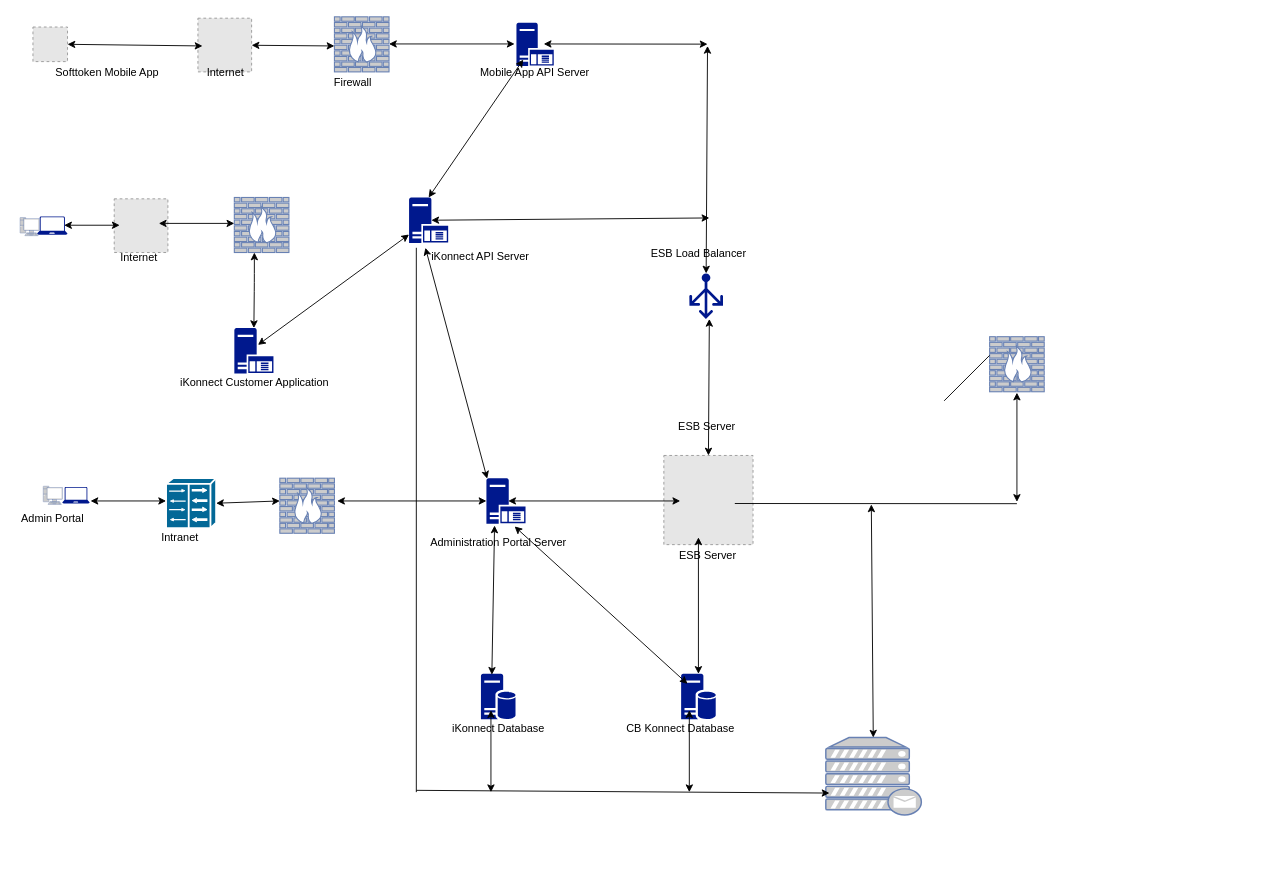
This is iKonnect SAD.drawio from embula/org-mydiagrams, a draw.io file, before an edit. Source tidied: cells renumbered, new cells numbered last; positions are measured from the earlier drawing's top-left corner, leaving out a move shared by most shapes. Both pictures are drawn from the tidied source at 91%, with x=0, y=0 at pixel (15, 16). Pictures stored in the file or linked from it are replaced by grey dashed boxes.
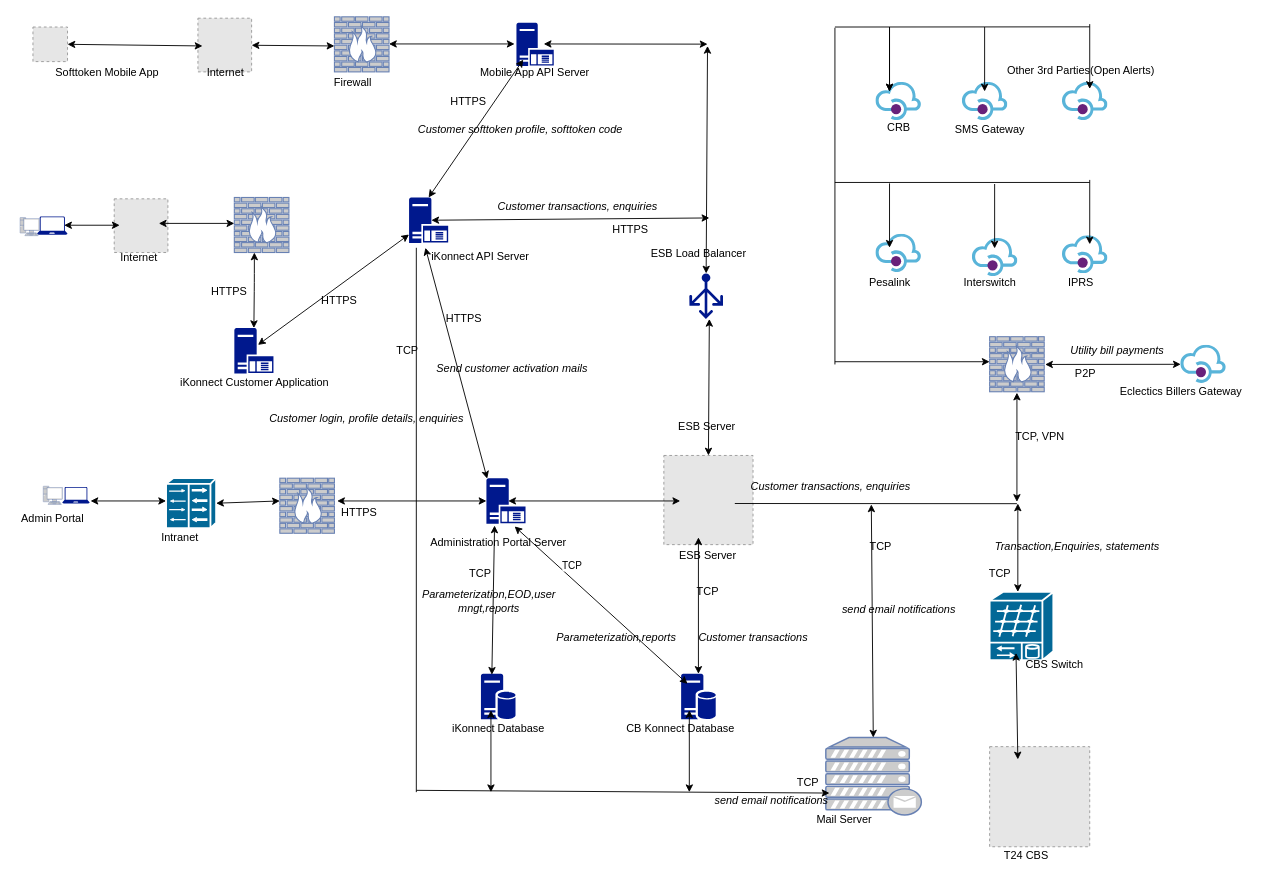
After the change.

The change refers to these unchanged cells:
```xml
<mxCell id="39" style="endArrow=classic;startArrow=classic;html=1;exitX=0.184;exitY=0.22;exitDx=0;exitDy=0;exitPerimeter=0;entryX=0.721;entryY=1.06;entryDx=0;entryDy=0;entryPerimeter=0;" parent="1" edge="1" source="29" target="3">
  <mxGeometry relative="1" as="geometry" />
</mxCell>
```

Change to the diagram source:
```diff
@@
+    <mxCell id="66" value="TCP" style="edgeLabel;html=1;align=center;verticalAlign=middle;" parent="39" vertex="1">
+      <mxGeometry x="0.42" y="-4" relative="1" as="geometry">
+        <mxPoint x="3.9" y="-5.5" as="offset" />
+      </mxGeometry>
+    </mxCell>
@@
-    <mxCell id="65" style="endArrow=none;html=1;" parent="1" edge="1">
-      <mxGeometry relative="1" as="geometry">
-        <mxPoint x="1020" y="422" as="sourcePoint" />
-        <mxPoint x="1070" y="372" as="targetPoint" />
-      </mxGeometry>
-    </mxCell>
+    <mxCell id="67" style="endArrow=classic;html=1;" parent="1" edge="1">
+      <mxGeometry relative="1" as="geometry">
+        <mxPoint x="900" y="379" as="sourcePoint" />
+        <mxPoint x="1070" y="379" as="targetPoint" />
+      </mxGeometry>
+    </mxCell>
+    <mxCell id="68" style="endArrow=none;html=1;" parent="1" edge="1">
+      <mxGeometry relative="1" as="geometry">
+        <mxPoint x="900" y="382" as="sourcePoint" />
+        <mxPoint x="900" y="12" as="targetPoint" />
+      </mxGeometry>
+    </mxCell>
+    <mxCell id="69" style="html=1;align=center;image;fontSize=12;image=img/lib/mscae/API_Management.svg;" parent="1" vertex="1">
+      <mxGeometry x="945" y="239" width="50" height="42" as="geometry" />
+    </mxCell>
+    <mxCell id="70" style="html=1;align=center;image;fontSize=12;image=img/lib/mscae/API_Management.svg;" parent="1" vertex="1">
+      <mxGeometry x="1040" y="72" width="50" height="42" as="geometry" />
+    </mxCell>
+    <mxCell id="71" style="html=1;points=[];align=center;image;fontSize=12;image=img/lib/mscae/API_Management.svg;" parent="1" vertex="1">
+      <mxGeometry x="945" y="72" width="50" height="42" as="geometry" />
+    </mxCell>
+    <mxCell id="72" style="html=1;align=center;image;fontSize=12;image=img/lib/mscae/API_Management.svg;" parent="1" vertex="1">
+      <mxGeometry x="1051" y="243.5" width="50" height="42" as="geometry" />
+    </mxCell>
+    <mxCell id="73" style="html=1;align=center;image;fontSize=12;image=img/lib/mscae/API_Management.svg;" parent="1" vertex="1">
+      <mxGeometry x="1150" y="72" width="50" height="42" as="geometry" />
+    </mxCell>
+    <mxCell id="74" style="endArrow=none;html=1;" parent="1" edge="1">
+      <mxGeometry relative="1" as="geometry">
+        <mxPoint x="900" y="11.2" as="sourcePoint" />
+        <mxPoint x="1180" y="11" as="targetPoint" />
+      </mxGeometry>
+    </mxCell>
+    <mxCell id="75" style="html=1;align=center;image;fontSize=12;image=img/lib/mscae/API_Management.svg;" parent="1" vertex="1">
+      <mxGeometry x="1150" y="240.5" width="50" height="42" as="geometry" />
+    </mxCell>
+    <mxCell id="76" style="endArrow=none;html=1;" parent="1" edge="1">
+      <mxGeometry relative="1" as="geometry">
+        <mxPoint x="900" y="182" as="sourcePoint" />
+        <mxPoint x="1180" y="182" as="targetPoint" />
+      </mxGeometry>
+    </mxCell>
+    <mxCell id="77" style="endArrow=classic;html=1;entryX=0.3;entryY=0.238;entryDx=0;entryDy=0;entryPerimeter=0;" parent="1" edge="1" target="71">
+      <mxGeometry relative="1" as="geometry">
+        <mxPoint x="960" y="11.2" as="sourcePoint" />
+      </mxGeometry>
+    </mxCell>
+    <mxCell id="78" style="endArrow=classic;html=1;entryX=0.3;entryY=0.238;entryDx=0;entryDy=0;entryPerimeter=0;" parent="1" edge="1">
+      <mxGeometry relative="1" as="geometry">
+        <mxPoint x="960" y="11.2" as="sourcePoint" />
+        <mxPoint x="960" y="82" as="targetPoint" />
+      </mxGeometry>
+    </mxCell>
+    <mxCell id="79" style="endArrow=classic;html=1;entryX=0.3;entryY=0.238;entryDx=0;entryDy=0;entryPerimeter=0;" parent="1" edge="1">
+      <mxGeometry relative="1" as="geometry">
+        <mxPoint x="1180" y="8" as="sourcePoint" />
+        <mxPoint x="1180" y="79.2" as="targetPoint" />
+      </mxGeometry>
+    </mxCell>
+    <mxCell id="80" style="endArrow=classic;html=1;entryX=0.3;entryY=0.238;entryDx=0;entryDy=0;entryPerimeter=0;" parent="1" edge="1">
+      <mxGeometry relative="1" as="geometry">
+        <mxPoint x="1064.5" y="11.2" as="sourcePoint" />
+        <mxPoint x="1064.5" y="82" as="targetPoint" />
+      </mxGeometry>
+    </mxCell>
+    <mxCell id="81" style="endArrow=classic;html=1;entryX=0.3;entryY=0.238;entryDx=0;entryDy=0;entryPerimeter=0;" parent="1" edge="1">
+      <mxGeometry relative="1" as="geometry">
+        <mxPoint x="960" y="183" as="sourcePoint" />
+        <mxPoint x="960" y="253.7" as="targetPoint" />
+      </mxGeometry>
+    </mxCell>
+    <mxCell id="82" style="endArrow=classic;html=1;entryX=0.3;entryY=0.238;entryDx=0;entryDy=0;entryPerimeter=0;" parent="1" edge="1">
+      <mxGeometry relative="1" as="geometry">
+        <mxPoint x="1075.5" y="183.7" as="sourcePoint" />
+        <mxPoint x="1075.5" y="254.5" as="targetPoint" />
+      </mxGeometry>
+    </mxCell>
+    <mxCell id="83" style="endArrow=classic;html=1;entryX=0.3;entryY=0.238;entryDx=0;entryDy=0;entryPerimeter=0;" parent="1" edge="1">
+      <mxGeometry relative="1" as="geometry">
+        <mxPoint x="1180" y="179.2" as="sourcePoint" />
+        <mxPoint x="1180" y="250" as="targetPoint" />
+      </mxGeometry>
+    </mxCell>
+    <mxCell id="84" value="Pesalink" style="text;html=1;align=center;verticalAlign=middle;" parent="1" vertex="1">
+      <mxGeometry x="930" y="282" width="60" height="20" as="geometry" />
+    </mxCell>
+    <mxCell id="85" value="Interswitch" style="text;html=1;align=center;verticalAlign=middle;" parent="1" vertex="1">
+      <mxGeometry x="1035" y="282" width="70" height="20" as="geometry" />
+    </mxCell>
+    <mxCell id="86" value="IPRS" style="text;html=1;align=center;verticalAlign=middle;" parent="1" vertex="1">
+      <mxGeometry x="1150" y="282" width="40" height="20" as="geometry" />
+    </mxCell>
+    <mxCell id="87" value="CRB" style="text;html=1;align=center;verticalAlign=middle;" parent="1" vertex="1">
+      <mxGeometry x="950" y="112" width="40" height="20" as="geometry" />
+    </mxCell>
+    <mxCell id="88" value="SMS Gateway" style="text;html=1;align=center;verticalAlign=middle;" parent="1" vertex="1">
+      <mxGeometry x="1025" y="114" width="90" height="20" as="geometry" />
+    </mxCell>
+    <mxCell id="89" value="Other 3rd Parties(Open Alerts)" style="text;html=1;align=center;verticalAlign=middle;" parent="1" vertex="1">
+      <mxGeometry x="1085" y="49.2" width="170" height="20" as="geometry" />
+    </mxCell>
+    <mxCell id="90" style="fillColor=#E6E6E6;strokeColor=#999999;dashed=1;html=1;verticalAlign=top;verticalLabelPosition=bottom;labelBackgroundColor=#ffffff;" parent="1" vertex="1">
+      <mxGeometry x="1070" y="802" width="110" height="110" as="geometry" />
+    </mxCell>
+    <mxCell id="91" value="Mail Server" style="text;html=1;align=center;verticalAlign=middle;" parent="1" vertex="1">
+      <mxGeometry x="875" y="872" width="70" height="20" as="geometry" />
+    </mxCell>
+    <mxCell id="92" style="shape=mxgraph.cisco.switches.multi-fabric_server_switch;html=1;dashed=0;fillColor=#036897;strokeColor=#ffffff;strokeWidth=2;verticalLabelPosition=bottom;verticalAlign=top;" parent="1" vertex="1">
+      <mxGeometry x="1070" y="632" width="70" height="75" as="geometry" />
+    </mxCell>
+    <mxCell id="93" style="endArrow=classic;startArrow=classic;html=1;" parent="1" edge="1">
+      <mxGeometry relative="1" as="geometry">
+        <mxPoint x="1101" y="632" as="sourcePoint" />
+        <mxPoint x="1101" y="534.8" as="targetPoint" />
+      </mxGeometry>
+    </mxCell>
+    <mxCell id="94" style="endArrow=classic;startArrow=classic;html=1;exitX=0.282;exitY=0.091;exitDx=0;exitDy=0;exitPerimeter=0;entryX=0.414;entryY=0.84;entryDx=0;entryDy=0;entryPerimeter=0;" parent="1" edge="1">
+      <mxGeometry relative="1" as="geometry">
+        <mxPoint x="1101" y="816" as="sourcePoint" />
+        <mxPoint x="1099" y="699" as="targetPoint" />
+      </mxGeometry>
+    </mxCell>
+    <mxCell id="95" value="CBS Switch" style="text;html=1;align=center;verticalAlign=middle;" parent="1" vertex="1">
+      <mxGeometry x="1101" y="702" width="80" height="20" as="geometry" />
+    </mxCell>
+    <mxCell id="96" value="T24 CBS" style="text;html=1;align=center;verticalAlign=middle;" parent="1" vertex="1">
+      <mxGeometry x="1080" y="912" width="60" height="20" as="geometry" />
+    </mxCell>
+    <mxCell id="97" value="TCP" style="text;html=1;align=center;verticalAlign=middle;" parent="1" vertex="1">
+      <mxGeometry x="1061" y="602" width="40" height="20" as="geometry" />
+    </mxCell>
+    <mxCell id="98" value="Transaction,Enquiries, statements" style="text;html=1;align=center;verticalAlign=middle;fontStyle=2;" parent="1" vertex="1">
+      <mxGeometry x="1071" y="572" width="190" height="20" as="geometry" />
+    </mxCell>
+    <mxCell id="99" value="TCP" style="text;html=1;align=center;verticalAlign=middle;" parent="1" vertex="1">
+      <mxGeometry x="850" y="832" width="40" height="20" as="geometry" />
+    </mxCell>
+    <mxCell id="100" value="send email notifications" style="text;html=1;align=center;verticalAlign=middle;fontStyle=2;" parent="1" vertex="1">
+      <mxGeometry x="760" y="852" width="140" height="20" as="geometry" />
+    </mxCell>
+    <mxCell id="101" value="Parameterization,reports" style="text;html=1;strokeColor=none;fillColor=none;align=center;verticalAlign=middle;whiteSpace=wrap;rounded=0;fontStyle=2;" parent="1" vertex="1">
+      <mxGeometry x="610" y="672" width="100" height="20" as="geometry" />
+    </mxCell>
+    <mxCell id="102" value="TCP" style="text;html=1;align=center;verticalAlign=middle;" parent="1" vertex="1">
+      <mxGeometry x="740" y="622" width="40" height="20" as="geometry" />
+    </mxCell>
+    <mxCell id="103" value="Customer transactions" style="text;html=1;align=center;verticalAlign=middle;fontStyle=2;" parent="1" vertex="1">
+      <mxGeometry x="745" y="672" width="130" height="20" as="geometry" />
+    </mxCell>
+    <mxCell id="104" value="send email notifications" style="text;html=1;align=center;verticalAlign=middle;fontStyle=2;" parent="1" vertex="1">
+      <mxGeometry x="900" y="642" width="140" height="20" as="geometry" />
+    </mxCell>
+    <mxCell id="105" value="TCP" style="text;html=1;align=center;verticalAlign=middle;" parent="1" vertex="1">
+      <mxGeometry x="930" y="572" width="40" height="20" as="geometry" />
+    </mxCell>
+    <mxCell id="106" value="TCP, VPN" style="text;html=1;align=center;verticalAlign=middle;" parent="1" vertex="1">
+      <mxGeometry x="1090" y="452" width="70" height="20" as="geometry" />
+    </mxCell>
+    <mxCell id="107" value="TCP" style="text;html=1;align=center;verticalAlign=middle;" parent="1" vertex="1">
+      <mxGeometry x="410" y="357" width="40" height="20" as="geometry" />
+    </mxCell>
+    <mxCell id="108" value="HTTPS" style="text;html=1;align=center;verticalAlign=middle;" parent="1" vertex="1">
+      <mxGeometry x="330" y="302" width="50" height="20" as="geometry" />
+    </mxCell>
+    <mxCell id="109" value="HTTPS" style="text;html=1;align=center;verticalAlign=middle;" parent="1" vertex="1">
+      <mxGeometry x="209" y="292" width="50" height="20" as="geometry" />
+    </mxCell>
+    <mxCell id="110" value="HTTPS" style="text;html=1;align=center;verticalAlign=middle;" parent="1" vertex="1">
+      <mxGeometry x="650" y="223.5" width="50" height="20" as="geometry" />
+    </mxCell>
+    <mxCell id="111" value="Customer transactions, enquiries" style="text;html=1;align=center;verticalAlign=middle;fontStyle=2;" parent="1" vertex="1">
+      <mxGeometry x="522" y="198.5" width="190" height="20" as="geometry" />
+    </mxCell>
+    <mxCell id="112" value="TCP" style="text;html=1;align=center;verticalAlign=middle;" parent="1" vertex="1">
+      <mxGeometry x="490" y="602" width="40" height="20" as="geometry" />
+    </mxCell>
+    <mxCell id="113" value="Parameterization,EOD,user mngt,reports" style="text;html=1;strokeColor=none;fillColor=none;align=center;verticalAlign=middle;whiteSpace=wrap;rounded=0;fontStyle=2;" parent="1" vertex="1">
+      <mxGeometry x="470" y="632" width="100" height="20" as="geometry" />
+    </mxCell>
+    <mxCell id="114" value="HTTPS" style="text;html=1;align=center;verticalAlign=middle;" parent="1" vertex="1">
+      <mxGeometry x="351.5" y="534.8" width="50" height="20" as="geometry" />
+    </mxCell>
+    <mxCell id="115" value="Customer login, profile details, enquiries" style="text;html=1;align=center;verticalAlign=middle;fontStyle=2;" parent="1" vertex="1">
+      <mxGeometry x="275" y="432" width="220" height="20" as="geometry" />
+    </mxCell>
+    <mxCell id="116" value="HTTPS" style="text;html=1;align=center;verticalAlign=middle;" parent="1" vertex="1">
+      <mxGeometry x="467" y="322" width="50" height="20" as="geometry" />
+    </mxCell>
+    <mxCell id="117" value="Send customer activation mails" style="text;html=1;align=center;verticalAlign=middle;fontStyle=2;" parent="1" vertex="1">
+      <mxGeometry x="455" y="377" width="180" height="20" as="geometry" />
+    </mxCell>
+    <mxCell id="118" value="HTTPS" style="text;html=1;align=center;verticalAlign=middle;" parent="1" vertex="1">
+      <mxGeometry x="472" y="83" width="50" height="20" as="geometry" />
+    </mxCell>
+    <mxCell id="119" value="Customer softtoken profile, softtoken code" style="text;html=1;align=center;verticalAlign=middle;fontStyle=2;" parent="1" vertex="1">
+      <mxGeometry x="434" y="114" width="240" height="20" as="geometry" />
+    </mxCell>
+    <mxCell id="120" style="endArrow=classic;startArrow=classic;html=1;" parent="1" edge="1" target="121">
+      <mxGeometry relative="1" as="geometry">
+        <mxPoint x="1131" y="382" as="sourcePoint" />
+      </mxGeometry>
+    </mxCell>
+    <mxCell id="121" style="html=1;points=[];align=center;image;fontSize=12;image=img/lib/mscae/API_Management.svg;" parent="1" vertex="1">
+      <mxGeometry x="1280" y="360.8" width="50" height="42" as="geometry" />
+    </mxCell>
+    <mxCell id="122" value="Eclectics Billers Gateway" style="text;html=1;align=center;verticalAlign=middle;" parent="1" vertex="1">
+      <mxGeometry x="1205" y="402" width="150" height="20" as="geometry" />
+    </mxCell>
+    <mxCell id="123" value="P2P" style="text;html=1;align=center;verticalAlign=middle;" parent="1" vertex="1">
+      <mxGeometry x="1155" y="382" width="40" height="20" as="geometry" />
+    </mxCell>
+    <mxCell id="124" value="Utility bill payments" style="text;html=1;align=center;verticalAlign=middle;fontStyle=2;" parent="1" vertex="1">
+      <mxGeometry x="1150" y="357" width="120" height="20" as="geometry" />
+    </mxCell>
+    <mxCell id="125" value="Customer transactions, enquiries" style="text;html=1;align=center;verticalAlign=middle;fontStyle=2;" parent="1" vertex="1">
+      <mxGeometry x="800" y="507" width="190" height="20" as="geometry" />
+    </mxCell>
```
